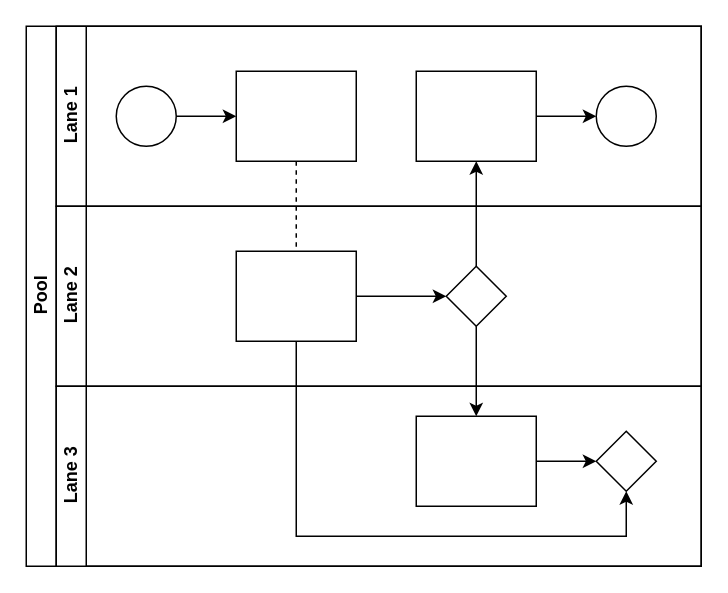
Above: Diagrama sem nome.drawio in wholocked1/projeto_eng_software_041 (draw.io), before the change. Source tidied: cells renumbered, new cells numbered last; positions are measured from the earlier drawing's top-left corner, leaving out a move shared by most shapes. Both pictures are drawn from the tidied source at 150%, with x=0, y=0 at pixel (26, 26).
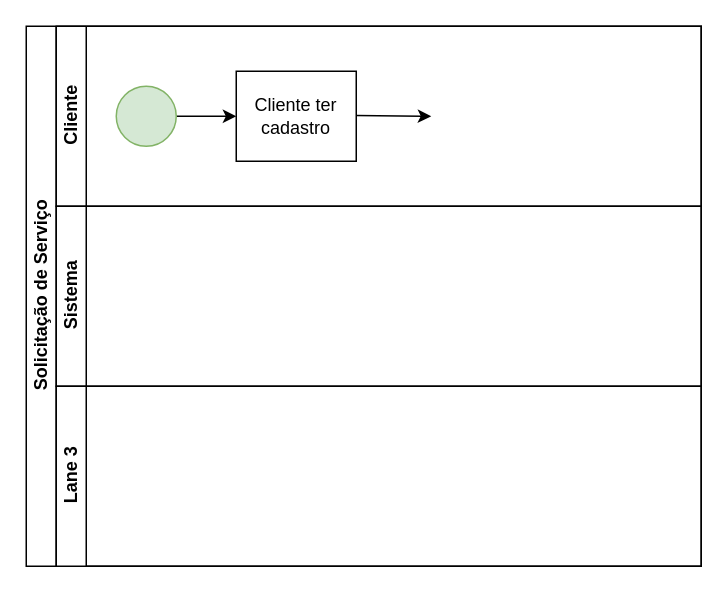
The same diagram, later.

Commit message:
Alteração do cliente

The change refers to these unchanged cells:
```xml
<mxCell id="18" value="Lane 3" style="swimlane;html=1;startSize=20;horizontal=0;" parent="2" vertex="1">
  <mxGeometry x="20" y="240" width="430" height="120" as="geometry" />
</mxCell>
```

What changed in the source:
```diff
@@
-    <mxCell id="2" value="Pool" style="swimlane;html=1;horizontal=0;startSize=20;" parent="1" vertex="1">
+    <mxCell id="2" value="Solicitação de Serviço" style="swimlane;html=1;horizontal=0;startSize=20;" parent="1" vertex="1">
       <mxGeometry width="450" height="360" as="geometry" />
     </mxCell>
-    <mxCell id="3" style="edgeStyle=orthogonalEdgeStyle;rounded=0;jettySize=auto;html=1;dashed=1;endArrow=none;endFill=0;" parent="2" edge="1" source="10" target="16">
-      <mxGeometry relative="1" as="geometry" />
-    </mxCell>
-    <mxCell id="4" style="edgeStyle=orthogonalEdgeStyle;rounded=0;jettySize=auto;html=1;endArrow=classic;endFill=1;" parent="2" edge="1" source="17" target="12">
-      <mxGeometry relative="1" as="geometry" />
-    </mxCell>
-    <mxCell id="5" style="edgeStyle=orthogonalEdgeStyle;rounded=0;jettySize=auto;html=1;endArrow=classic;endFill=1;" parent="2" edge="1" source="17" target="20">
-      <mxGeometry relative="1" as="geometry" />
-    </mxCell>
-    <mxCell id="6" style="edgeStyle=orthogonalEdgeStyle;rounded=0;jettySize=auto;html=1;endArrow=classic;endFill=1;" parent="2" edge="1" source="16" target="21">
-      <mxGeometry relative="1" as="geometry">
-        <Array as="points">
-          <mxPoint x="180" y="340" />
-          <mxPoint x="400" y="340" />
-        </Array>
-      </mxGeometry>
-    </mxCell>
-    <mxCell id="7" value="Lane 1" style="swimlane;html=1;startSize=20;horizontal=0;" parent="2" vertex="1">
+    <mxCell id="7" value="Cliente" style="swimlane;html=1;startSize=20;horizontal=0;" parent="2" vertex="1">
       <mxGeometry x="20" width="430" height="120" as="geometry" />
     </mxCell>
@@
-    <mxCell id="9" style="ellipse;whiteSpace=wrap;html=1;" parent="7" vertex="1">
+    <mxCell id="9" style="ellipse;whiteSpace=wrap;html=1;fillColor=#d5e8d4;strokeColor=#82b366;" parent="7" vertex="1">
       <mxGeometry x="40" y="40" width="40" height="40" as="geometry" />
     </mxCell>
-    <mxCell id="10" style="rounded=0;whiteSpace=wrap;html=1;fontFamily=Helvetica;fontSize=12;fontColor=#000000;align=center;" parent="7" vertex="1">
+    <mxCell id="10" value="Cliente ter cadastro" style="rounded=0;whiteSpace=wrap;html=1;fontFamily=Helvetica;fontSize=12;fontColor=#000000;align=center;" parent="7" vertex="1">
       <mxGeometry x="120" y="30" width="80" height="60" as="geometry" />
     </mxCell>
-    <mxCell id="11" style="edgeStyle=orthogonalEdgeStyle;rounded=0;jettySize=auto;html=1;endArrow=classic;endFill=1;" parent="7" edge="1" source="12" target="13">
-      <mxGeometry relative="1" as="geometry" />
-    </mxCell>
-    <mxCell id="12" style="rounded=0;whiteSpace=wrap;html=1;fontFamily=Helvetica;fontSize=12;fontColor=#000000;align=center;" parent="7" vertex="1">
-      <mxGeometry x="240" y="30" width="80" height="60" as="geometry" />
-    </mxCell>
-    <mxCell id="13" style="ellipse;whiteSpace=wrap;html=1;" parent="7" vertex="1">
-      <mxGeometry x="360" y="40" width="40" height="40" as="geometry" />
-    </mxCell>
+    <mxCell id="22" style="endArrow=classic;html=1;rounded=0;" parent="7" edge="1">
+      <mxGeometry relative="1" as="geometry">
+        <mxPoint x="200" y="59.5" as="sourcePoint" />
+        <mxPoint x="250" y="60" as="targetPoint" />
+      </mxGeometry>
+    </mxCell>
-    <mxCell id="14" value="Lane 2" style="swimlane;html=1;startSize=20;horizontal=0;" parent="2" vertex="1">
+    <mxCell id="14" value="Sistema" style="swimlane;html=1;startSize=20;horizontal=0;" parent="2" vertex="1">
       <mxGeometry x="20" y="120" width="430" height="120" as="geometry" />
     </mxCell>
-    <mxCell id="15" style="edgeStyle=orthogonalEdgeStyle;rounded=0;jettySize=auto;html=1;endArrow=classic;endFill=1;" parent="14" edge="1" source="16" target="17">
-      <mxGeometry relative="1" as="geometry" />
-    </mxCell>
-    <mxCell id="16" style="rounded=0;whiteSpace=wrap;html=1;fontFamily=Helvetica;fontSize=12;fontColor=#000000;align=center;" parent="14" vertex="1">
-      <mxGeometry x="120" y="30" width="80" height="60" as="geometry" />
-    </mxCell>
-    <mxCell id="17" style="rhombus;whiteSpace=wrap;html=1;fontFamily=Helvetica;fontSize=12;fontColor=#000000;align=center;" parent="14" vertex="1">
-      <mxGeometry x="260" y="40" width="40" height="40" as="geometry" />
-    </mxCell>
@@
-    <mxCell id="19" style="edgeStyle=orthogonalEdgeStyle;rounded=0;jettySize=auto;html=1;endArrow=classic;endFill=1;" parent="18" edge="1" source="20" target="21">
-      <mxGeometry relative="1" as="geometry" />
-    </mxCell>
-    <mxCell id="20" style="rounded=0;whiteSpace=wrap;html=1;fontFamily=Helvetica;fontSize=12;fontColor=#000000;align=center;" parent="18" vertex="1">
-      <mxGeometry x="240" y="20" width="80" height="60" as="geometry" />
-    </mxCell>
-    <mxCell id="21" style="rhombus;whiteSpace=wrap;html=1;fontFamily=Helvetica;fontSize=12;fontColor=#000000;align=center;" parent="18" vertex="1">
-      <mxGeometry x="360" y="30" width="40" height="40" as="geometry" />
-    </mxCell>
```
